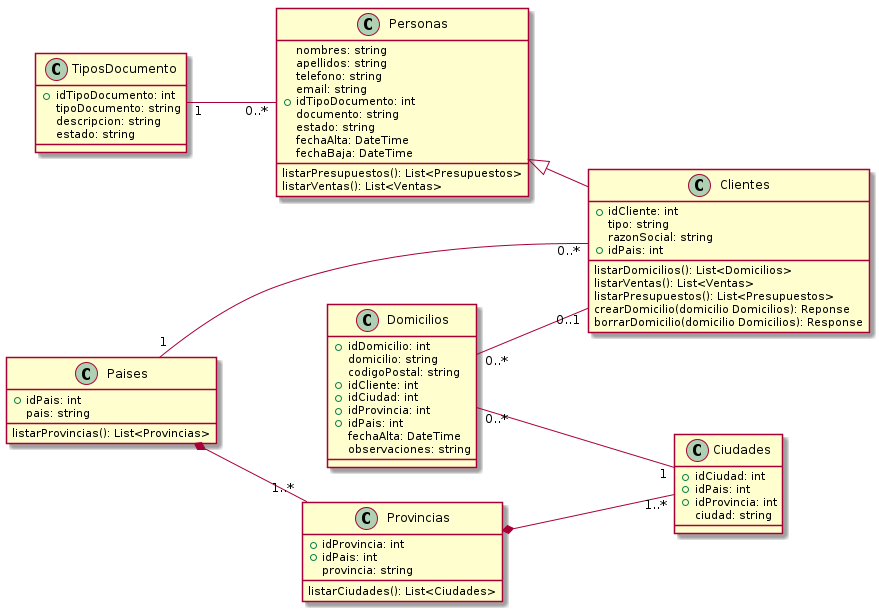
Above: Informe Final/Imagenes/DiagramaClases/Vistas/vistaClientes.png in ZMGestion/DocumentacionZMGestion (PlantUML), before the change.
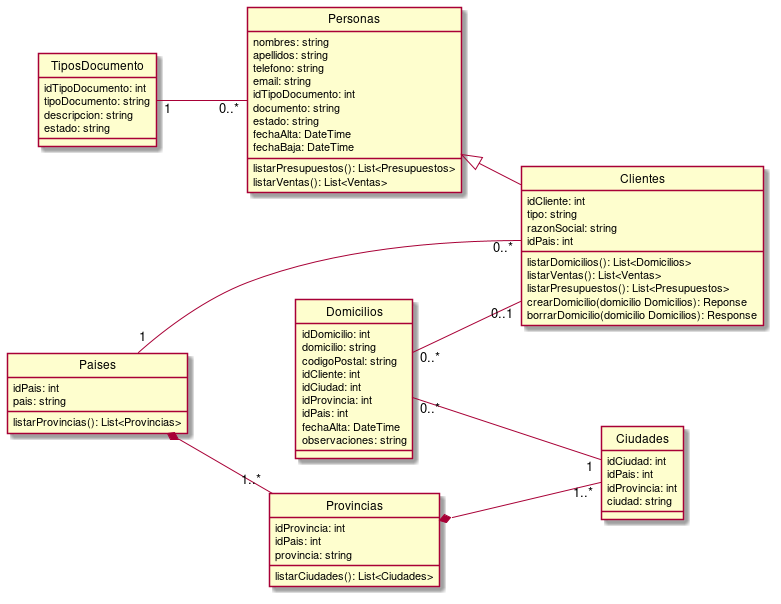
Above is the later version.

Change to the diagram source:
```diff
@@ -1,68 +1,11 @@
 @startuml vistaClientes
-class Personas{
-   nombres: string
-   apellidos: string
-   telefono: string
-   email: string
-   +idTipoDocumento: int
-   documento: string
-   estado: string
-   fechaAlta: DateTime
-   fechaBaja: DateTime
-
-   listarPresupuestos(): List<Presupuestos>
-   listarVentas(): List<Ventas>
-}
-class Clientes{
-    +idCliente: int
-    tipo: string
-    razonSocial: string
-    +idPais: int
-
-    listarDomicilios(): List<Domicilios>
-    listarVentas(): List<Ventas>
-    listarPresupuestos(): List<Presupuestos>
-    crearDomicilio(domicilio Domicilios): Reponse
-    borrarDomicilio(domicilio Domicilios): Response
-}
-class TiposDocumento{
-   +idTipoDocumento: int
-   tipoDocumento: string
-   descripcion: string
-   estado: string
-}
-class Paises{
-    +idPais: int
-    pais: string
-
-    listarProvincias(): List<Provincias>
-}
-class Provincias{
-    +idProvincia: int
-    +idPais: int
-    provincia: string
-
-    listarCiudades(): List<Ciudades>
-}
-class Ciudades{
-    +idCiudad: int
-    +idPais: int
-    +idProvincia: int
-    ciudad: string
-}
-class Domicilios{
-    +idDomicilio: int
-    domicilio: string
-    codigoPostal: string
-    +idCliente: int
-    +idCiudad: int
-    +idProvincia: int
-    +idPais: int
-    fechaAlta: DateTime
-    observaciones: string
-
-
-}
+!include ./Clases/Personas.puml
+!include ./Clases/Clientes.puml
+!include ./Clases/TiposDocumento.puml
+!include ./Clases/Paises.puml
+!include ./Clases/Provincias.puml
+!include ./Clases/Ciudades.puml
+!include ./Clases/Domicilios.puml
 
 left to right direction
 Personas <|-- Clientes
```
